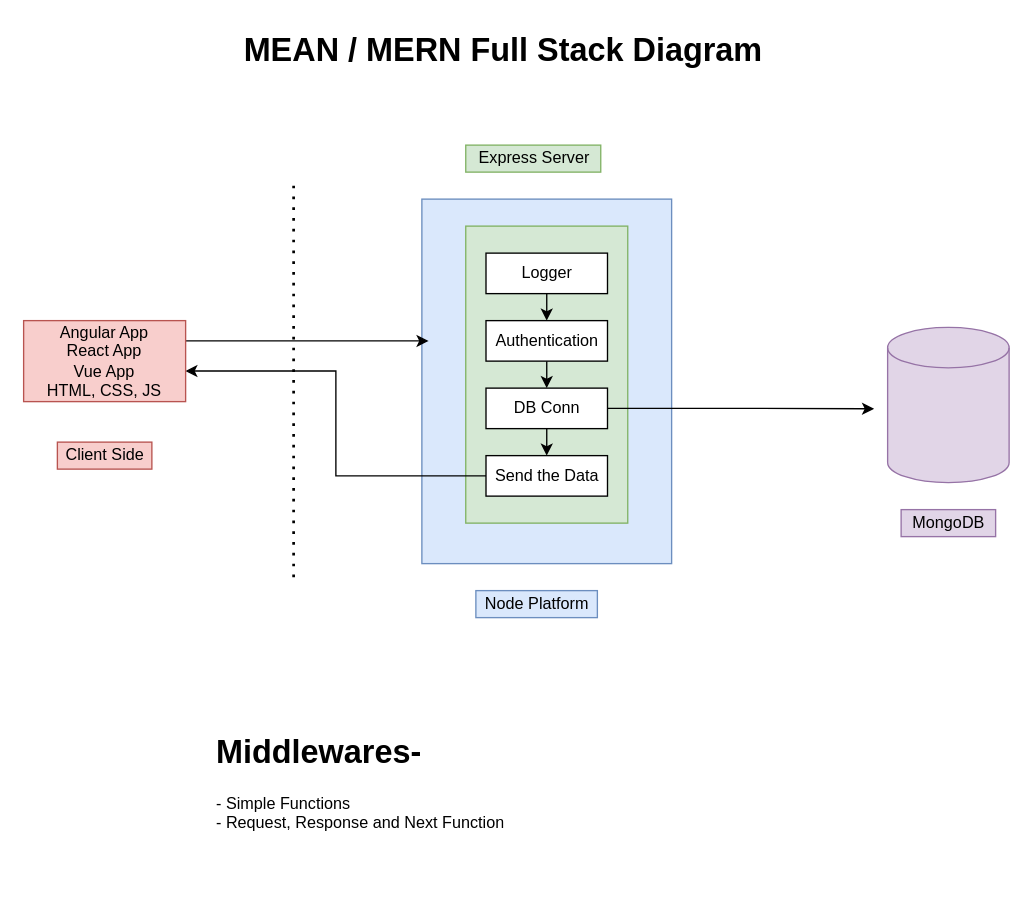
The draw.io diagram page "Page-7" (7 of 7) of refs/diagrams.drawio in synergy2411/mar-22-brillo, before the edit. Source tidied: cells renumbered, new cells numbered last; positions are measured from the earlier drawing's top-left corner, leaving out a move shared by most shapes. Both pictures are drawn from the tidied source at 135%, with x=0, y=0 at pixel (23, 23).
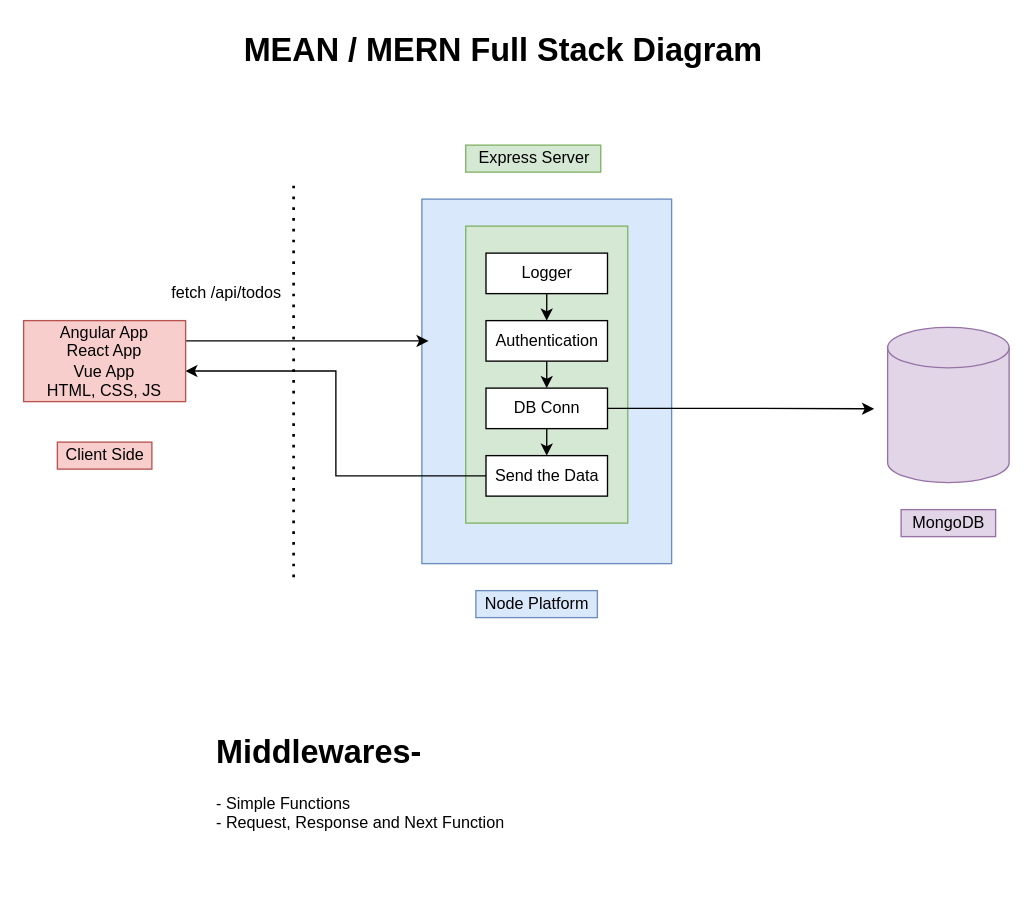
The same page after the edit.

Change to the diagram source:
```diff
@@
+    <mxCell id="23" value="fetch /api/todos" style="text;html=1;align=center;verticalAlign=middle;strokeColor=none;fillColor=none;" parent="1" vertex="1">
+      <mxGeometry x="100" y="190" width="100" height="20" as="geometry" />
+    </mxCell>
```
